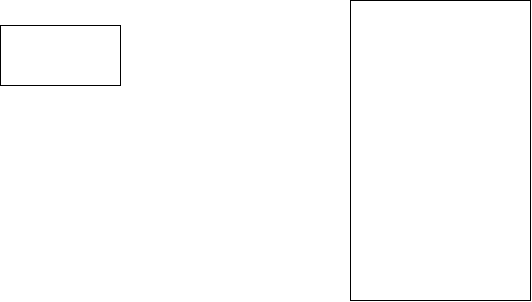
Before: v2/demo.drawio.png, a diagram exported from draw.io (A-Joacox/minesweeper-cpp). Source tidied: cells renumbered, new cells last; positions are measured from the earlier drawing's top-left corner, leaving out a move shared by most shapes. The source it was exported from:
```xml
<mxGraphModel>
  <root>
    <mxCell id="0" />
    <mxCell id="1" parent="0" />
    <mxCell id="2" style="rounded=0;whiteSpace=wrap;html=1;" parent="1" vertex="1">
      <mxGeometry x="350" width="180" height="300" as="geometry" />
    </mxCell>
    <mxCell id="3" style="rounded=0;whiteSpace=wrap;html=1;" parent="1" vertex="1">
      <mxGeometry y="25" width="120" height="60" as="geometry" />
    </mxCell>
  </root>
</mxGraphModel>
```
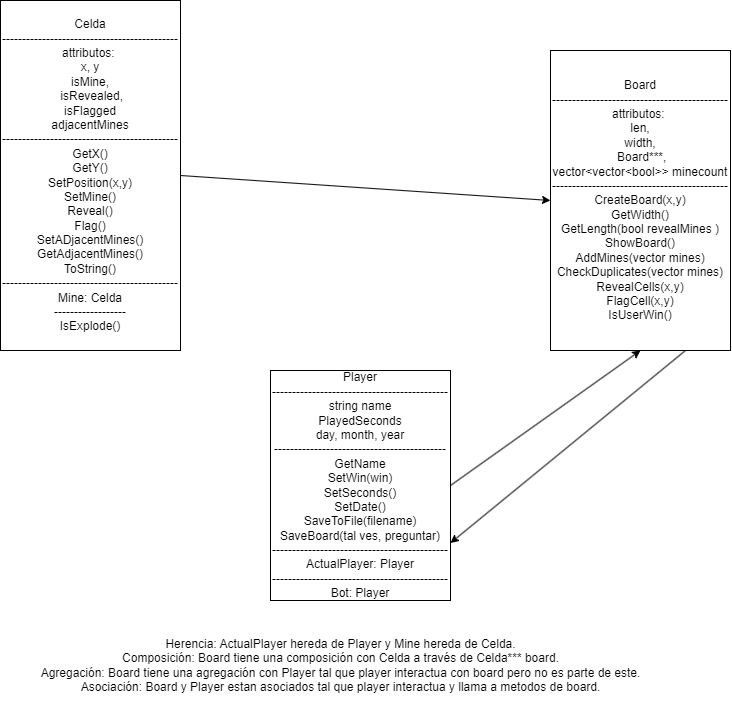
After the commit.

Diff of the diagram source:
```diff
@@ -2,11 +2,26 @@
   <root>
     <mxCell id="0" />
     <mxCell id="1" parent="0" />
+    <mxCell id="4" style="edgeStyle=none;html=1;exitX=0.75;exitY=1;exitDx=0;exitDy=0;entryX=1;entryY=0.75;entryDx=0;entryDy=0;" parent="1" edge="1" source="2" target="7">
+      <mxGeometry relative="1" as="geometry" />
+    </mxCell>
-    <mxCell id="2" style="rounded=0;whiteSpace=wrap;html=1;" parent="1" vertex="1">
-      <mxGeometry x="350" width="180" height="300" as="geometry" />
+    <mxCell id="2" value="Board&lt;br&gt;--------------------------------------------&lt;br&gt;attributos:&amp;nbsp;&lt;br&gt;len,&lt;br&gt;width,&lt;br&gt;&amp;nbsp;Board***,&lt;br&gt;vector&amp;lt;vector&amp;lt;bool&amp;gt;&amp;gt; minecount&lt;br&gt;--------------------------------------------&lt;br&gt;CreateBoard(x,y)&lt;br&gt;GetWidth()&lt;br&gt;GetLength(bool revealMines )&lt;br&gt;ShowBoard()&lt;br&gt;AddMines(vector mines)&lt;br&gt;CheckDuplicates(vector mines)&lt;br&gt;RevealCells(x,y)&lt;br&gt;FlagCell(x,y)&lt;br&gt;IsUserWin()" style="rounded=0;whiteSpace=wrap;html=1;" parent="1" vertex="1">
+      <mxGeometry x="610" y="-10" width="180" height="300" as="geometry" />
     </mxCell>
+    <mxCell id="5" style="edgeStyle=none;html=1;exitX=1;exitY=0.5;exitDx=0;exitDy=0;entryX=0;entryY=0.5;entryDx=0;entryDy=0;" parent="1" edge="1" source="3" target="2">
+      <mxGeometry relative="1" as="geometry" />
+    </mxCell>
-    <mxCell id="3" style="rounded=0;whiteSpace=wrap;html=1;" parent="1" vertex="1">
-      <mxGeometry y="25" width="120" height="60" as="geometry" />
+    <mxCell id="3" value="Celda&lt;br&gt;--------------------------------------------&lt;br&gt;attributos:&amp;nbsp;&lt;br&gt;x, y&lt;br&gt;isMine,&lt;br&gt;&amp;nbsp;isRevealed,&lt;br&gt;isFlagged&lt;br&gt;adjacentMines&lt;br&gt;--------------------------------------------&lt;br&gt;GetX()&lt;br&gt;GetY()&lt;br&gt;SetPosition(x,y)&lt;br&gt;SetMine()&lt;br&gt;Reveal()&lt;br&gt;Flag()&lt;br&gt;SetADjacentMines()&lt;br&gt;GetAdjacentMines()&lt;br&gt;ToString()&lt;br&gt;--------------------------------------------&lt;br&gt;Mine: Celda&lt;br&gt;------------------&lt;br&gt;IsExplode()" style="rounded=0;whiteSpace=wrap;html=1;" parent="1" vertex="1">
+      <mxGeometry x="60" y="-60" width="180" height="350" as="geometry" />
     </mxCell>
+    <mxCell id="6" style="edgeStyle=none;html=1;exitX=1;exitY=0.5;exitDx=0;exitDy=0;entryX=0.5;entryY=1;entryDx=0;entryDy=0;" parent="1" edge="1" source="7" target="2">
+      <mxGeometry relative="1" as="geometry" />
+    </mxCell>
+    <mxCell id="7" value="Player&lt;br&gt;--------------------------------------------&lt;br&gt;string name&lt;br&gt;PlayedSeconds&lt;br&gt;day, month, year&lt;br&gt;-------------------------------------------&lt;br&gt;GetName&lt;br&gt;SetWin(win)&lt;br&gt;SetSeconds()&lt;br&gt;SetDate()&lt;br&gt;SaveToFile(filename)&lt;br&gt;SaveBoard(tal ves, preguntar)&lt;br&gt;--------------------------------------------&lt;br&gt;ActualPlayer: Player&lt;br&gt;--------------------------------------------&lt;br&gt;Bot: Player" style="rounded=0;whiteSpace=wrap;html=1;" parent="1" vertex="1">
+      <mxGeometry x="330" y="310" width="180" height="230" as="geometry" />
+    </mxCell>
+    <mxCell id="8" value="Herencia: ActualPlayer hereda de Player y Mine hereda de Celda.&lt;br&gt;Composición: Board tiene una composición con Celda a través de Celda*** board.&lt;br&gt;Agregación: Board tiene una agregación con Player tal que player interactua con board pero no es parte de este.&lt;br&gt;Asociación: Board y Player estan asociados tal que player interactua y llama a metodos de board." style="text;html=1;align=center;verticalAlign=middle;strokeColor=none;fillColor=none;" parent="1" vertex="1">
+      <mxGeometry x="90" y="570" width="620" height="70" as="geometry" />
+    </mxCell>
   </root>
 </mxGraphModel>
```
